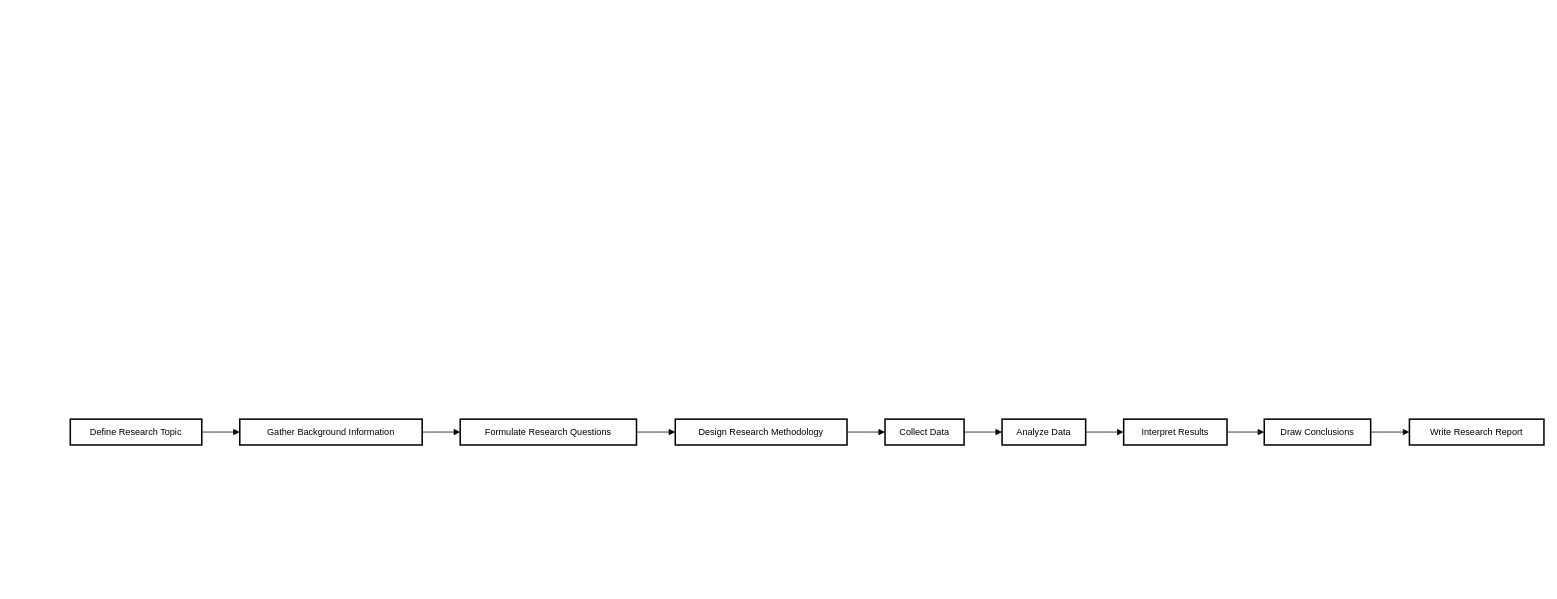
Above: Untitled Diagram.drawio in Bgmihakur/why-do-we-look-different- (draw.io), before the change. Source tidied: cells renumbered, new cells numbered last; positions are measured from the earlier drawing's top-left corner, leaving out a move shared by most shapes. Both pictures are drawn from the tidied source at 76%, with x=0, y=0 at pixel (70, 419).
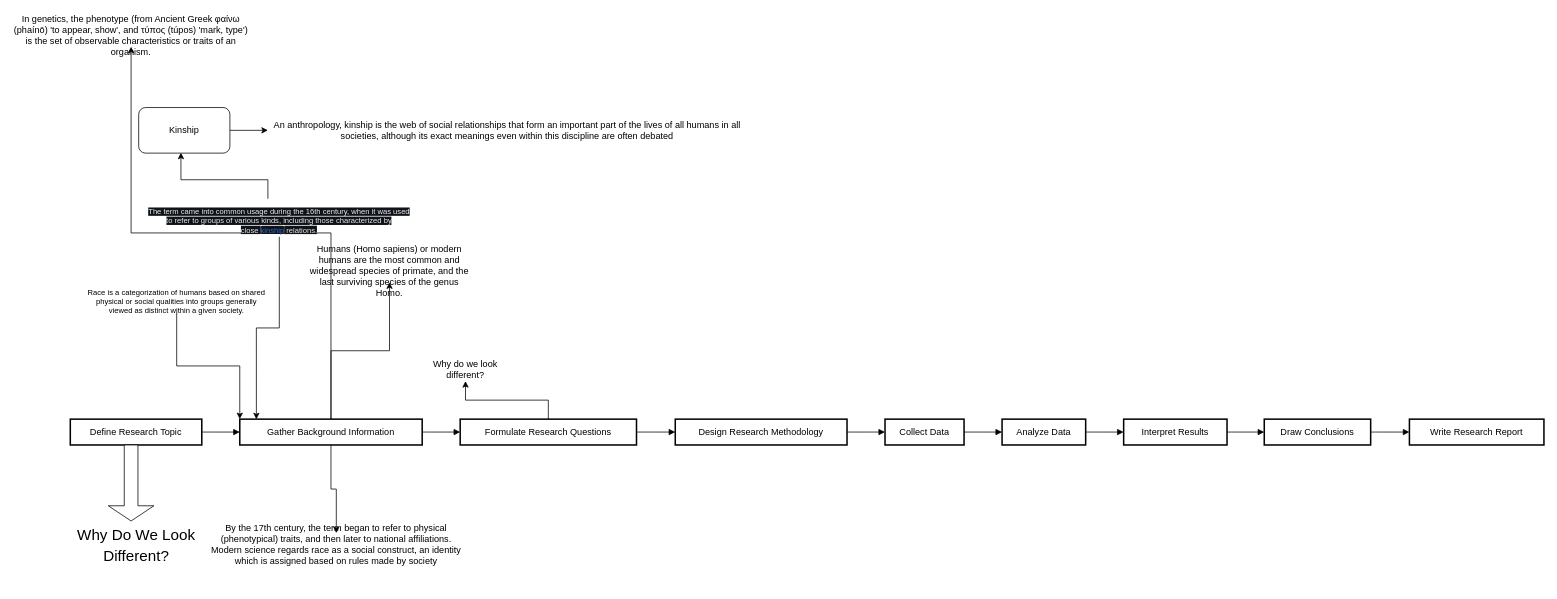
The same page after the edit.

Unchanged cells that the change refers to:
```xml
<mxCell id="3" value="Gather Background Information" style="whiteSpace=wrap;strokeWidth=2;" parent="1" vertex="1">
  <mxGeometry x="223" width="240" height="34" as="geometry" />
</mxCell>
<mxCell id="4" value="Formulate Research Questions" style="whiteSpace=wrap;strokeWidth=2;" parent="1" vertex="1">
  <mxGeometry x="513" width="232" height="34" as="geometry" />
</mxCell>
```

Diff of the diagram source:
```diff
@@
+    <mxCell id="19" style="edgeStyle=orthogonalEdgeStyle;rounded=0;jettySize=auto;html=1;" parent="1" edge="1" source="3" target="33">
+      <mxGeometry relative="1" as="geometry" />
+    </mxCell>
+    <mxCell id="20" style="edgeStyle=orthogonalEdgeStyle;rounded=0;jettySize=auto;html=1;entryX=0.5;entryY=1;entryDx=0;entryDy=0;" parent="1" edge="1" source="3" target="34">
+      <mxGeometry relative="1" as="geometry" />
+    </mxCell>
+    <mxCell id="21" style="edgeStyle=orthogonalEdgeStyle;rounded=0;jettySize=auto;html=1;" parent="1" edge="1" source="3" target="36">
+      <mxGeometry relative="1" as="geometry" />
+    </mxCell>
@@
+    <mxCell id="22" style="edgeStyle=orthogonalEdgeStyle;rounded=0;jettySize=auto;html=1;entryX=0.5;entryY=1;entryDx=0;entryDy=0;" parent="1" edge="1" source="4" target="35">
+      <mxGeometry relative="1" as="geometry" />
+    </mxCell>
@@
+    <mxCell id="23" style="shape=singleArrow;direction=south;whiteSpace=wrap;html=1;" parent="1" vertex="1">
+      <mxGeometry x="50" y="34" width="60" height="100" as="geometry" />
+    </mxCell>
+    <mxCell id="24" value="&lt;p style=&quot;line-height: 140%; font-size: 20px;&quot;&gt;Why Do We Look Different?&lt;/p&gt;" style="text;strokeColor=none;align=center;fillColor=none;html=1;verticalAlign=middle;whiteSpace=wrap;rounded=0;fontSize=20;" parent="1" vertex="1">
+      <mxGeometry x="-23.5" y="110" width="220" height="110" as="geometry" />
+    </mxCell>
+    <mxCell id="25" style="edgeStyle=orthogonalEdgeStyle;rounded=0;jettySize=auto;html=1;entryX=0;entryY=0;entryDx=0;entryDy=0;" parent="1" edge="1" source="26" target="3">
+      <mxGeometry relative="1" as="geometry" />
+    </mxCell>
+    <mxCell id="26" value="Race is a categorization of humans based on shared physical or social qualities into groups generally viewed as distinct within a given society." style="text;strokeColor=none;align=center;fillColor=none;html=1;verticalAlign=middle;whiteSpace=wrap;rounded=0;fontSize=10;" parent="1" vertex="1">
+      <mxGeometry x="20" y="-170" width="240" height="30" as="geometry" />
+    </mxCell>
+    <mxCell id="27" style="edgeStyle=orthogonalEdgeStyle;rounded=0;jettySize=auto;html=1;entryX=0.463;entryY=0.99;entryDx=0;entryDy=0;entryPerimeter=0;" parent="1" edge="1" target="31">
+      <mxGeometry relative="1" as="geometry">
+        <mxPoint x="260" y="-290" as="sourcePoint" />
+        <Array as="points">
+          <mxPoint x="260" y="-315" />
+          <mxPoint x="146" y="-315" />
+        </Array>
+      </mxGeometry>
+    </mxCell>
+    <mxCell id="28" value="&#10;&lt;span style=&quot;color: rgb(234, 236, 240); font-family: sans-serif; font-size: 10px; font-style: normal; font-variant-ligatures: normal; font-variant-caps: normal; font-weight: 400; letter-spacing: normal; orphans: 2; text-align: start; text-indent: 0px; text-transform: none; widows: 2; word-spacing: 0px; -webkit-text-stroke-width: 0px; white-space: normal; background-color: rgb(16, 20, 24); text-decoration-thickness: initial; text-decoration-style: initial; text-decoration-color: initial; float: none; display: inline !important;&quot;&gt;The term came into common usage during the 16th century, when it was used to refer to groups of various kinds, including those characterized by close&lt;span style=&quot;font-size: 10px;&quot;&gt;&amp;nbsp;&lt;/span&gt;&lt;/span&gt;&lt;a style=&quot;text-decoration: none; color: var(--color-progressive,#36c); background: none rgb(16, 20, 24); border-radius: 2px; overflow-wrap: break-word; font-family: sans-serif; font-size: 10px; font-style: normal; font-variant-ligatures: normal; font-variant-caps: normal; font-weight: 400; letter-spacing: normal; orphans: 2; text-align: start; text-indent: 0px; text-transform: none; widows: 2; word-spacing: 0px; -webkit-text-stroke-width: 0px; white-space: normal;&quot; title=&quot;Kinship&quot; href=&quot;https://en.wikipedia.org/wiki/Kinship&quot;&gt;kinship&lt;/a&gt;&lt;span style=&quot;color: rgb(234, 236, 240); font-family: sans-serif; font-size: 10px; font-style: normal; font-variant-ligatures: normal; font-variant-caps: normal; font-weight: 400; letter-spacing: normal; orphans: 2; text-align: start; text-indent: 0px; text-transform: none; widows: 2; word-spacing: 0px; -webkit-text-stroke-width: 0px; white-space: normal; background-color: rgb(16, 20, 24); text-decoration-thickness: initial; text-decoration-style: initial; text-decoration-color: initial; float: none; display: inline !important;&quot;&gt;&lt;span style=&quot;font-size: 10px;&quot;&gt;&amp;nbsp;&lt;/span&gt;relations.&lt;/span&gt;&#10;&#10;" style="text;strokeColor=none;align=center;fillColor=none;html=1;verticalAlign=middle;whiteSpace=wrap;rounded=0;fontSize=10;" parent="1" vertex="1">
+      <mxGeometry x="100" y="-270" width="350" height="30" as="geometry" />
+    </mxCell>
+    <mxCell id="29" style="edgeStyle=orthogonalEdgeStyle;rounded=0;jettySize=auto;html=1;entryX=0.091;entryY=0.004;entryDx=0;entryDy=0;entryPerimeter=0;" parent="1" edge="1" source="28" target="3">
+      <mxGeometry relative="1" as="geometry" />
+    </mxCell>
+    <mxCell id="30" style="edgeStyle=orthogonalEdgeStyle;rounded=0;jettySize=auto;html=1;" parent="1" edge="1" source="31" target="32">
+      <mxGeometry relative="1" as="geometry" />
+    </mxCell>
+    <mxCell id="31" value="Kinship" style="rounded=1;whiteSpace=wrap;html=1;" parent="1" vertex="1">
+      <mxGeometry x="90" y="-410" width="120" height="60" as="geometry" />
+    </mxCell>
+    <mxCell id="32" value="An anthropology, kinship is the web of social relationships that form an important part of the lives of all humans in all societies, although its exact meanings even within this discipline are often debated" style="text;strokeColor=none;align=center;fillColor=none;html=1;verticalAlign=middle;whiteSpace=wrap;rounded=0;" parent="1" vertex="1">
+      <mxGeometry x="260" y="-395" width="630" height="30" as="geometry" />
+    </mxCell>
+    <mxCell id="33" value="By the 17th century, the term began to refer to physical (phenotypical) traits, and then later to national affiliations. Modern science regards race as a social construct, an identity which is assigned based on rules made by society" style="text;strokeColor=none;align=center;fillColor=none;html=1;verticalAlign=middle;whiteSpace=wrap;rounded=0;" parent="1" vertex="1">
+      <mxGeometry x="180" y="150" width="340" height="30" as="geometry" />
+    </mxCell>
+    <mxCell id="34" value="Humans (Homo sapiens) or modern humans are the most common and widespread species of primate, and the last surviving species of the genus Homo." style="text;strokeColor=none;align=center;fillColor=none;html=1;verticalAlign=middle;whiteSpace=wrap;rounded=0;" parent="1" vertex="1">
+      <mxGeometry x="310" y="-210" width="220" height="30" as="geometry" />
+    </mxCell>
+    <mxCell id="35" value="Why do we look different?" style="text;strokeColor=none;align=center;fillColor=none;html=1;verticalAlign=middle;whiteSpace=wrap;rounded=0;" parent="1" vertex="1">
+      <mxGeometry x="470" y="-80" width="100" height="30" as="geometry" />
+    </mxCell>
+    <mxCell id="36" value="In genetics, the phenotype (from Ancient Greek φαίνω (phaínō) 'to appear, show', and τύπος (túpos) 'mark, type') is the set of observable characteristics or traits of an organism." style="text;strokeColor=none;align=center;fillColor=none;html=1;verticalAlign=middle;whiteSpace=wrap;rounded=0;" parent="1" vertex="1">
+      <mxGeometry x="-75" y="-520" width="310" height="30" as="geometry" />
+    </mxCell>
```
